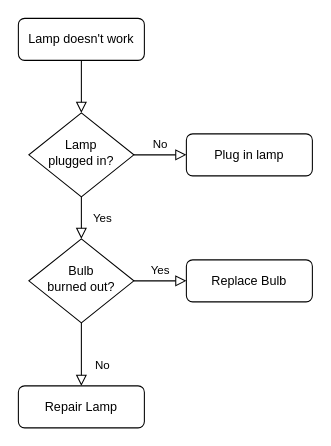
This is Produktaftryk_calculation_flowchart.drawio from segesdk/SAF_dokumentation, a draw.io file, before an edit. Source tidied: cells renumbered, new cells numbered last; positions are measured from the earlier drawing's top-left corner, leaving out a move shared by most shapes. Both pictures are drawn from the tidied source at 105%, with x=0, y=0 at pixel (18, 18).
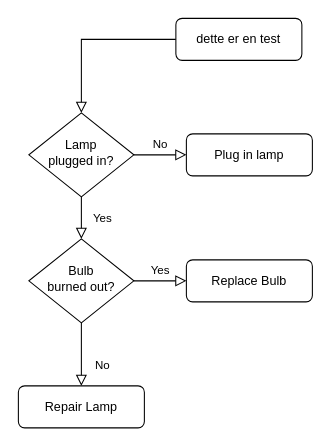
The same page after the edit.

Change to the diagram source:
```diff
@@
 <mxGraphModel>
   <root>
     <mxCell id="0" />
     <mxCell id="1" parent="0" />
     <mxCell id="2" style="rounded=0;html=1;jettySize=auto;fontSize=11;endArrow=block;endFill=0;endSize=8;strokeWidth=1;shadow=0;labelBackgroundColor=none;edgeStyle=orthogonalEdgeStyle;" parent="1" edge="1" source="3" target="6">
       <mxGeometry relative="1" as="geometry" />
     </mxCell>
-    <mxCell id="3" value="Lamp doesn't work" style="rounded=1;whiteSpace=wrap;html=1;fontSize=12;glass=0;strokeWidth=1;shadow=0;" parent="1" vertex="1">
-      <mxGeometry width="120" height="40" as="geometry" />
+    <mxCell id="3" value="dette er en test" style="rounded=1;whiteSpace=wrap;html=1;fontSize=12;glass=0;strokeWidth=1;shadow=0;" parent="1" vertex="1">
+      <mxGeometry x="150" width="120" height="40" as="geometry" />
     </mxCell>
     <mxCell id="4" value="Yes" style="rounded=0;html=1;jettySize=auto;fontSize=11;endArrow=block;endFill=0;endSize=8;strokeWidth=1;shadow=0;labelBackgroundColor=none;edgeStyle=orthogonalEdgeStyle;" parent="1" edge="1" source="6" target="10">
       <mxGeometry y="20" relative="1" as="geometry" />
     </mxCell>
     <mxCell id="5" value="No" style="edgeStyle=orthogonalEdgeStyle;rounded=0;html=1;jettySize=auto;fontSize=11;endArrow=block;endFill=0;endSize=8;strokeWidth=1;shadow=0;labelBackgroundColor=none;" parent="1" edge="1" source="6" target="7">
       <mxGeometry y="10" relative="1" as="geometry" />
     </mxCell>
     <mxCell id="6" value="Lamp&lt;br&gt;plugged in?" style="rhombus;whiteSpace=wrap;html=1;shadow=0;fontFamily=Helvetica;fontSize=12;align=center;strokeWidth=1;spacing=6;spacingTop=-4;" parent="1" vertex="1">
       <mxGeometry x="10" y="90" width="100" height="80" as="geometry" />
     </mxCell>
     <mxCell id="7" value="Plug in lamp" style="rounded=1;whiteSpace=wrap;html=1;fontSize=12;glass=0;strokeWidth=1;shadow=0;" parent="1" vertex="1">
       <mxGeometry x="160" y="110" width="120" height="40" as="geometry" />
     </mxCell>
     <mxCell id="8" value="No" style="rounded=0;html=1;jettySize=auto;fontSize=11;endArrow=block;endFill=0;endSize=8;strokeWidth=1;shadow=0;labelBackgroundColor=none;edgeStyle=orthogonalEdgeStyle;" parent="1" edge="1" source="10" target="11">
       <mxGeometry x="0.33" y="20" relative="1" as="geometry" />
     </mxCell>
     <mxCell id="9" value="Yes" style="edgeStyle=orthogonalEdgeStyle;rounded=0;html=1;jettySize=auto;fontSize=11;endArrow=block;endFill=0;endSize=8;strokeWidth=1;shadow=0;labelBackgroundColor=none;" parent="1" edge="1" source="10" target="12">
       <mxGeometry y="10" relative="1" as="geometry" />
     </mxCell>
     <mxCell id="10" value="Bulb&lt;br&gt;burned out?" style="rhombus;whiteSpace=wrap;html=1;shadow=0;fontFamily=Helvetica;fontSize=12;align=center;strokeWidth=1;spacing=6;spacingTop=-4;" parent="1" vertex="1">
       <mxGeometry x="10" y="210" width="100" height="80" as="geometry" />
     </mxCell>
     <mxCell id="11" value="Repair Lamp" style="rounded=1;whiteSpace=wrap;html=1;fontSize=12;glass=0;strokeWidth=1;shadow=0;" parent="1" vertex="1">
       <mxGeometry y="350" width="120" height="40" as="geometry" />
     </mxCell>
     <mxCell id="12" value="Replace Bulb" style="rounded=1;whiteSpace=wrap;html=1;fontSize=12;glass=0;strokeWidth=1;shadow=0;" parent="1" vertex="1">
       <mxGeometry x="160" y="230" width="120" height="40" as="geometry" />
     </mxCell>
   </root>
 </mxGraphModel>
```
